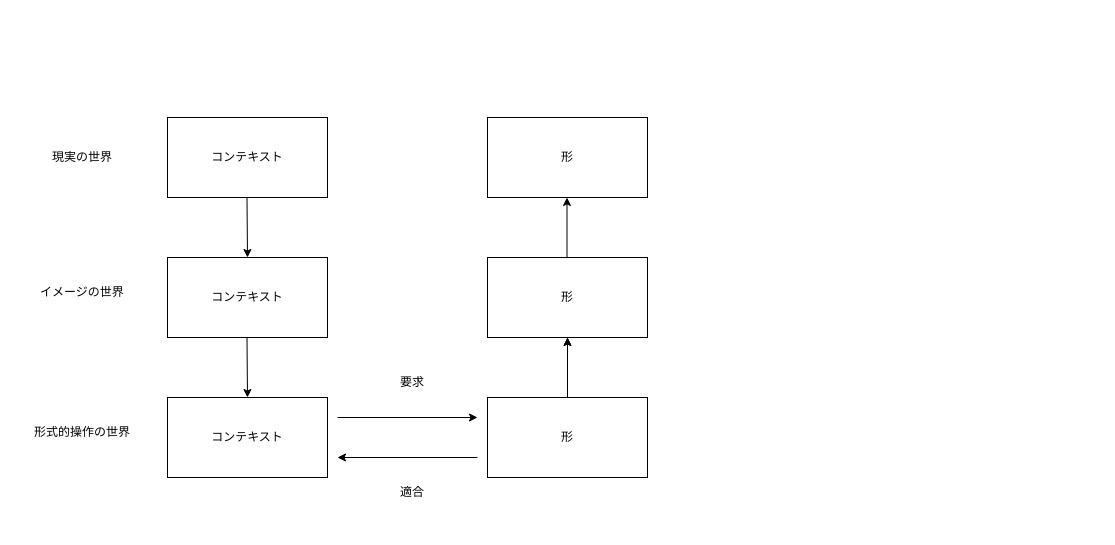
This is アレクザンダー思考の軌跡.drawio from YossyIto/booklog_drowio, a draw.io file, before an edit. Source tidied: cells renumbered, new cells numbered last; positions are measured from the earlier drawing's top-left corner, leaving out a move shared by most shapes. Both pictures are drawn from the tidied source at 100%, with x=0, y=0 at pixel (17, 117).
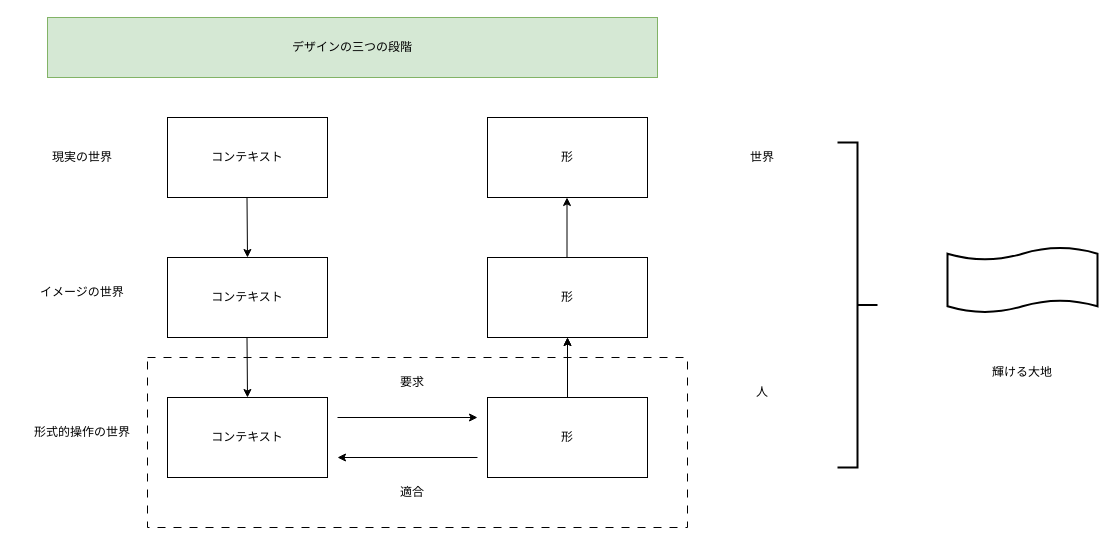
The same page after the edit.

Commit message (it also covers changes not shown here):
アレクザンダー思考の軌跡.drawio を更新します

Diff of the diagram source:
```diff
@@
+    <mxCell id="20" parent="0" />
+    <mxCell id="21" style="rounded=0;whiteSpace=wrap;html=1;dashed=1;dashPattern=8 8;" parent="20" vertex="1">
+      <mxGeometry x="130" y="240" width="540" height="170" as="geometry" />
+    </mxCell>
+    <mxCell id="22" style="shape=tape;whiteSpace=wrap;html=1;strokeWidth=2;size=0.19;" parent="20" vertex="1">
+      <mxGeometry x="930" y="130" width="150" height="65" as="geometry" />
+    </mxCell>
@@
+    <mxCell id="23" value="デザインの三つの段階" style="rounded=0;whiteSpace=wrap;html=1;fillColor=#d5e8d4;strokeColor=#82b366;" parent="1" vertex="1">
+      <mxGeometry x="30" y="-100" width="610" height="60" as="geometry" />
+    </mxCell>
+    <mxCell id="24" style="strokeWidth=2;html=1;shape=mxgraph.flowchart.annotation_2;align=left;labelPosition=right;rotation=-180;" parent="1" vertex="1">
+      <mxGeometry x="820" y="25" width="40" height="325" as="geometry" />
+    </mxCell>
+    <mxCell id="25" value="輝ける大地" style="text;html=1;align=center;verticalAlign=middle;whiteSpace=wrap;rounded=0;" parent="1" vertex="1">
+      <mxGeometry x="940" y="240" width="130" height="30" as="geometry" />
+    </mxCell>
+    <mxCell id="26" value="世界" style="text;html=1;align=center;verticalAlign=middle;whiteSpace=wrap;rounded=0;" parent="1" vertex="1">
+      <mxGeometry x="690" y="25" width="110" height="30" as="geometry" />
+    </mxCell>
+    <mxCell id="27" value="人" style="text;html=1;align=center;verticalAlign=middle;whiteSpace=wrap;rounded=0;" parent="1" vertex="1">
+      <mxGeometry x="690" y="260" width="110" height="30" as="geometry" />
+    </mxCell>
```
